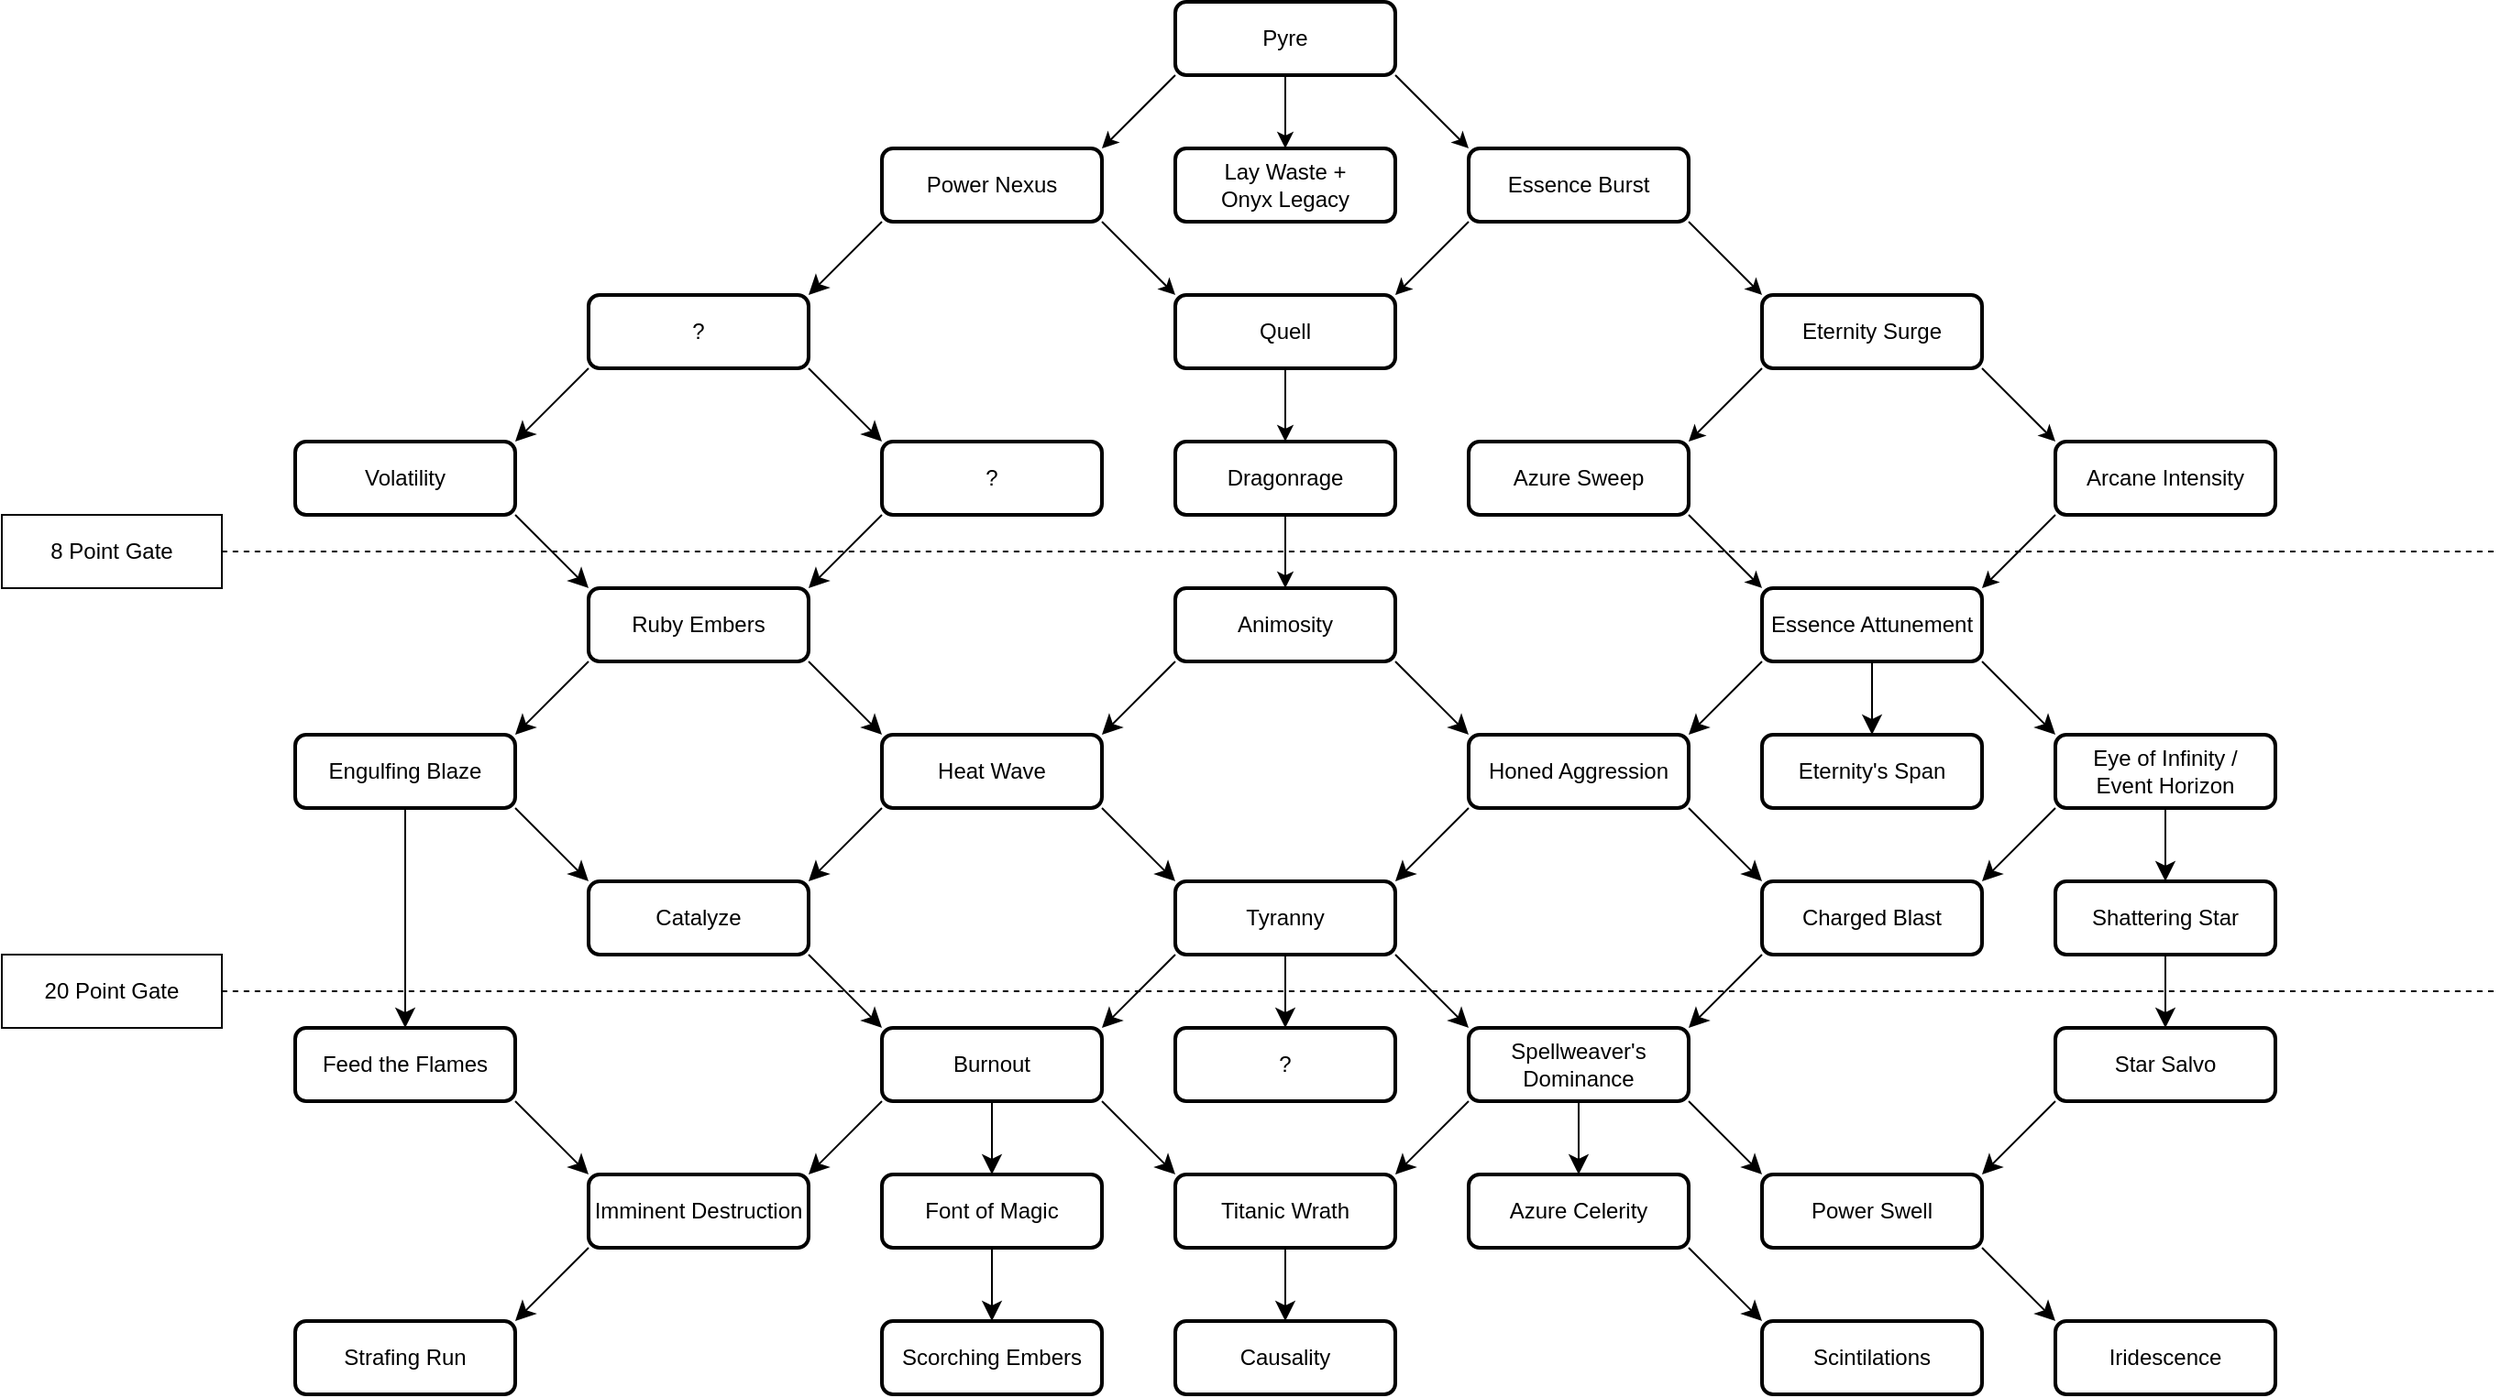
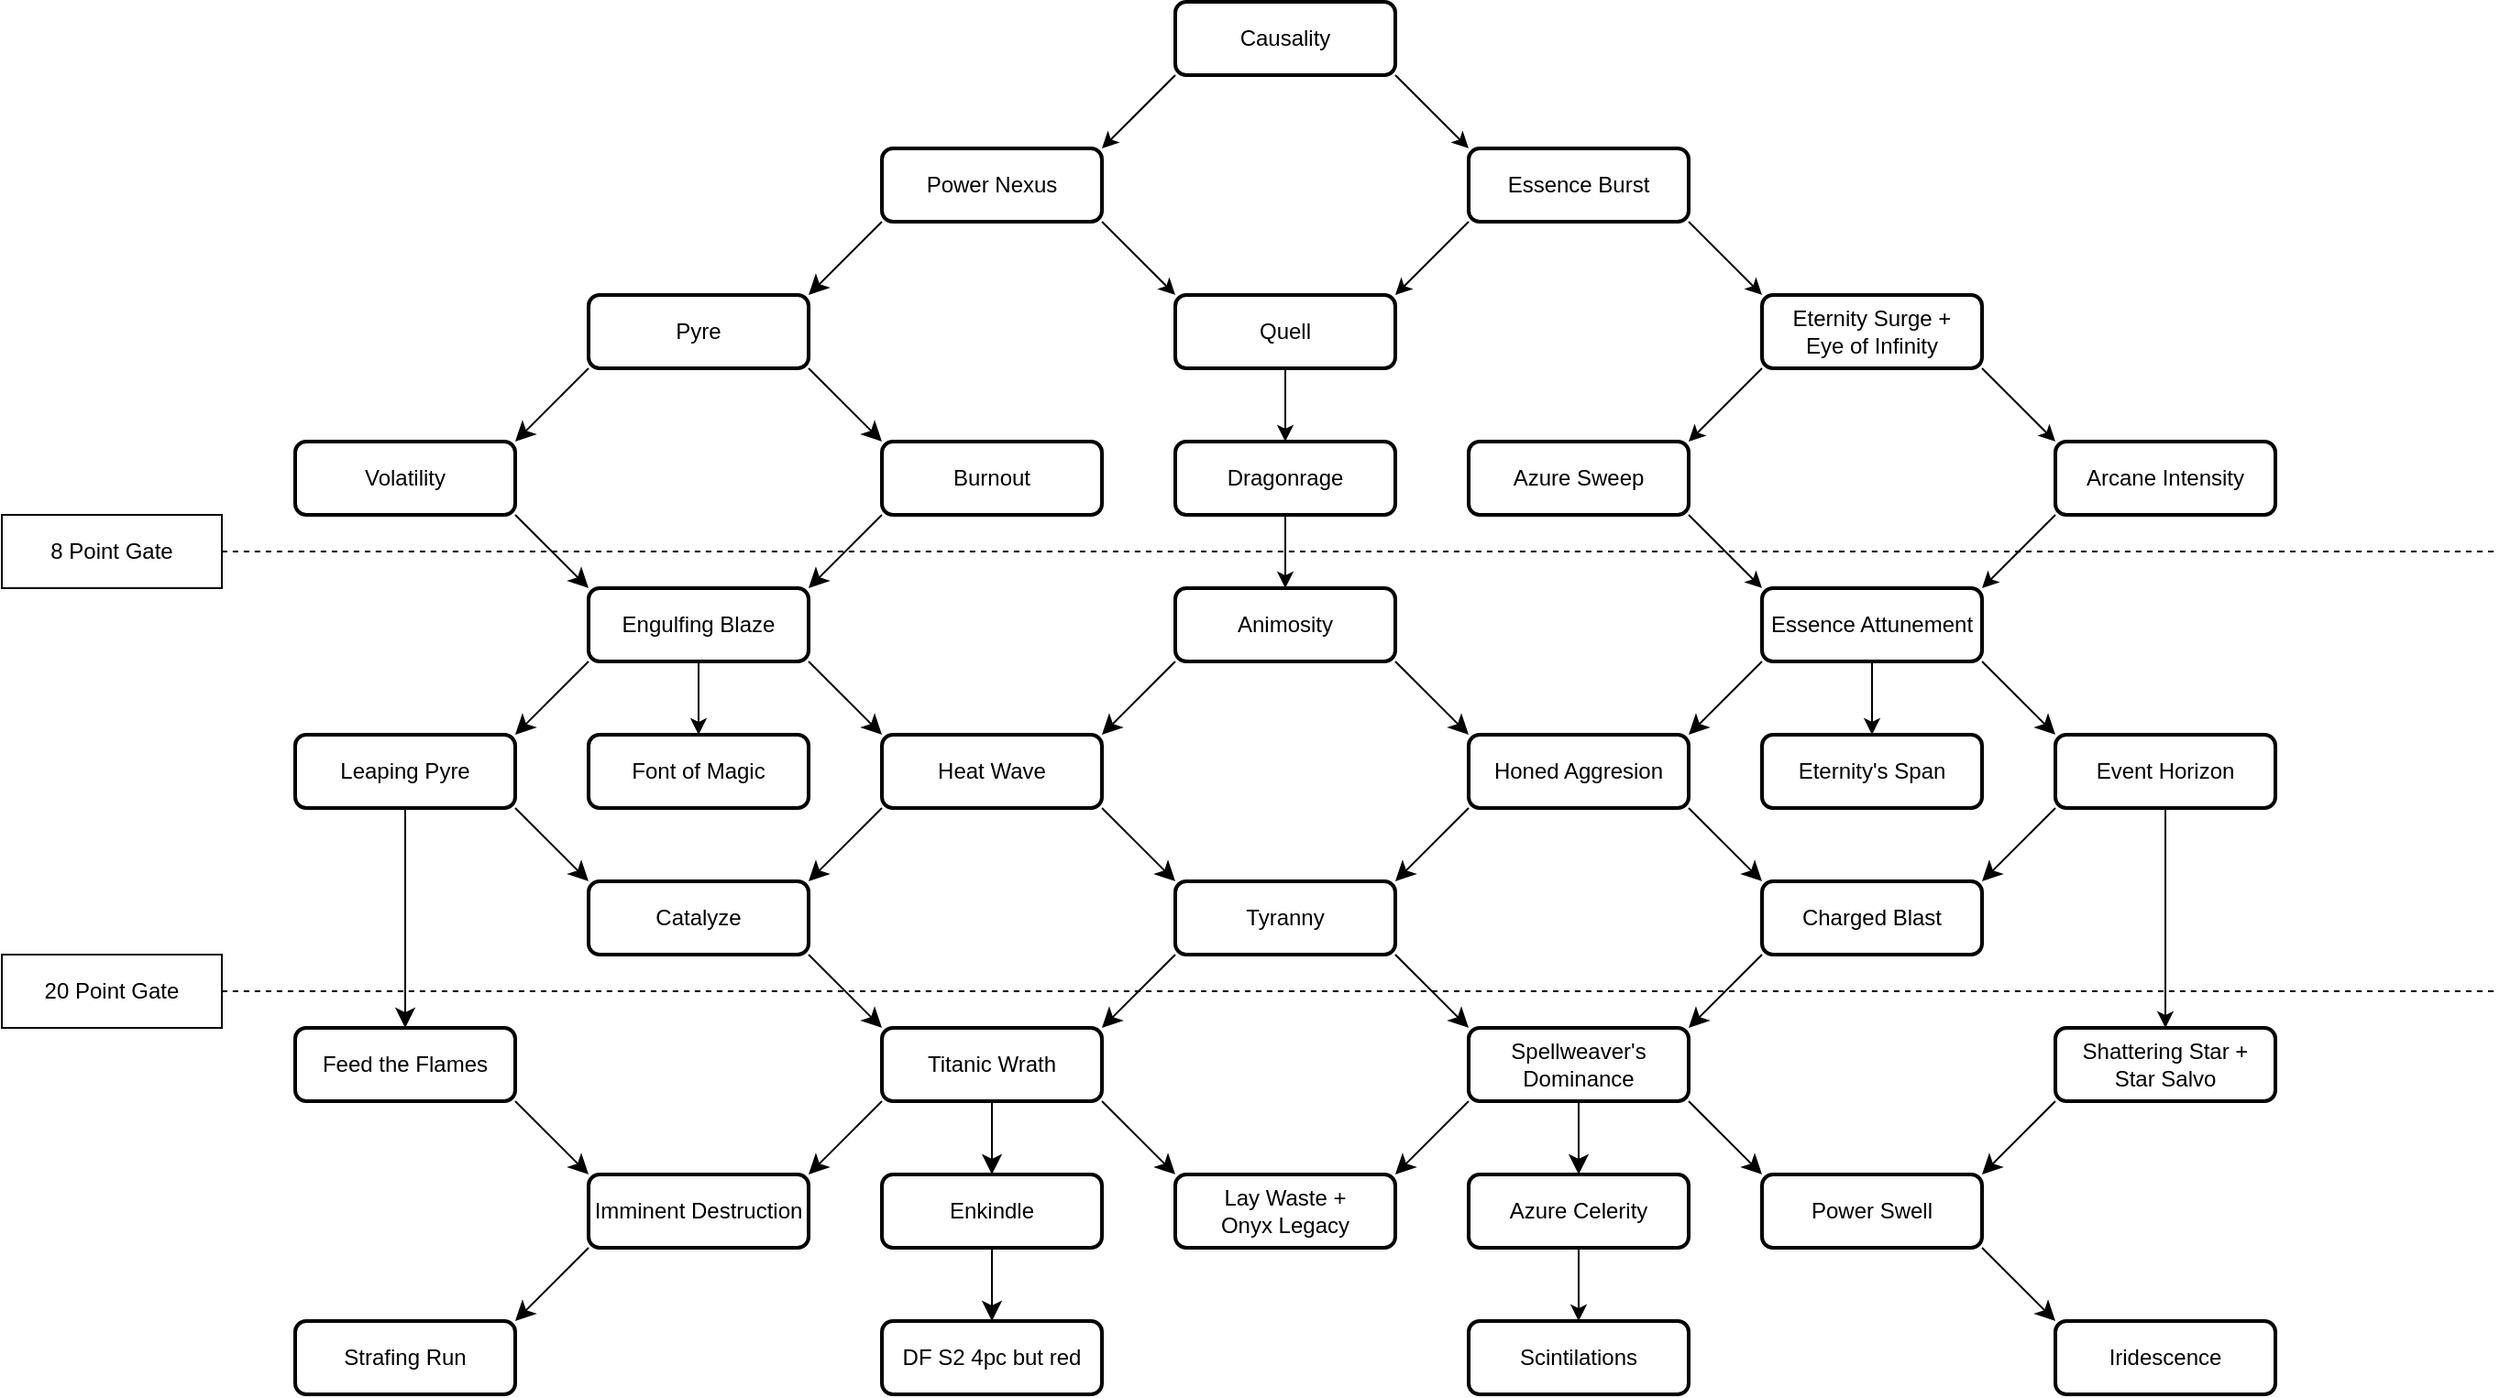
<mxfile host="app.diagrams.net" agent="Mozilla/5.0 (Windows NT 10.0; Win64; x64) AppleWebKit/537.36 (KHTML, like Gecko) Chrome/140.0.0.0 Safari/537.36 OPR/124.0.0.0">
  <diagram name="Page-1" id="hOetuab5Neo2MUPY-Vw1">
    <mxGraphModel dx="1844" dy="803" grid="0" gridSize="10" guides="1" tooltips="1" connect="1" arrows="1" fold="1" page="0" pageScale="1" pageWidth="850" pageHeight="1100" background="none" math="0" shadow="0">
      <root>
        <mxCell id="0" />
        <mxCell id="1" parent="0" />
        <mxCell id="OIwntdkwLblrr2rhOdX1-7" edge="1" parent="1" source="0f6FQbk-GcDdoWLRAv9r-2" style="rounded=0;orthogonalLoop=1;jettySize=auto;html=1;exitX=1;exitY=1;exitDx=0;exitDy=0;entryX=0;entryY=0;entryDx=0;entryDy=0;" target="0f6FQbk-GcDdoWLRAv9r-29">
          <mxGeometry relative="1" as="geometry" />
        </mxCell>
-         <mxCell id="BiERCDpK63vKAhPq4p5G-2" edge="1" parent="1" source="0f6FQbk-GcDdoWLRAv9r-2" style="edgeStyle=none;rounded=0;orthogonalLoop=1;jettySize=auto;html=1;exitX=0.5;exitY=1;exitDx=0;exitDy=0;entryX=0.5;entryY=0;entryDx=0;entryDy=0;" target="BiERCDpK63vKAhPq4p5G-1">
-           <mxGeometry relative="1" as="geometry" />
-         </mxCell>
-         <mxCell id="0f6FQbk-GcDdoWLRAv9r-2" parent="1" style="rounded=1;whiteSpace=wrap;html=1;strokeColor=light-dark(#000000,#FFFF00);strokeWidth=2;" value="Pyre" vertex="1">
+         <mxCell id="0f6FQbk-GcDdoWLRAv9r-2" parent="1" style="rounded=1;whiteSpace=wrap;html=1;strokeColor=light-dark(#000000,#FF66FF);strokeWidth=2;" value="Causality" vertex="1">
          <mxGeometry height="40" width="120" x="320" y="40" as="geometry" />
        </mxCell>
        <mxCell id="OIwntdkwLblrr2rhOdX1-9" edge="1" parent="1" source="0f6FQbk-GcDdoWLRAv9r-3" style="rounded=0;orthogonalLoop=1;jettySize=auto;html=1;exitX=1;exitY=1;exitDx=0;exitDy=0;entryX=0;entryY=0;entryDx=0;entryDy=0;" target="0f6FQbk-GcDdoWLRAv9r-21">
          <mxGeometry relative="1" as="geometry" />
        </mxCell>
        <mxCell id="0f6FQbk-GcDdoWLRAv9r-3" parent="1" style="rounded=1;whiteSpace=wrap;html=1;strokeWidth=2;strokeColor=light-dark(#000000,#FF66FF);" value="Power Nexus" vertex="1">
          <mxGeometry height="40" width="120" x="160" y="120" as="geometry" />
        </mxCell>
        <mxCell id="0f6FQbk-GcDdoWLRAv9r-44" edge="1" parent="1" style="edgeStyle=none;curved=1;rounded=1;orthogonalLoop=1;jettySize=auto;html=1;exitX=1;exitY=1;exitDx=0;exitDy=0;entryX=0;entryY=0;entryDx=0;entryDy=0;fontSize=12;startSize=8;endSize=8;">
          <mxGeometry relative="1" as="geometry">
            <mxPoint x="440" y="560" as="sourcePoint" />
            <mxPoint x="480" y="600" as="targetPoint" />
          </mxGeometry>
        </mxCell>
        <mxCell id="0f6FQbk-GcDdoWLRAv9r-47" edge="1" parent="1" style="edgeStyle=none;curved=1;rounded=1;orthogonalLoop=1;jettySize=auto;html=1;exitX=0;exitY=1;exitDx=0;exitDy=0;entryX=1;entryY=0;entryDx=0;entryDy=0;fontSize=12;startSize=8;endSize=8;">
          <mxGeometry relative="1" as="geometry">
            <mxPoint x="320" y="560" as="sourcePoint" />
            <mxPoint x="280" y="600" as="targetPoint" />
          </mxGeometry>
        </mxCell>
        <mxCell id="0f6FQbk-GcDdoWLRAv9r-58" edge="1" parent="1" style="edgeStyle=none;curved=1;rounded=1;orthogonalLoop=1;jettySize=auto;html=1;exitX=0.5;exitY=1;exitDx=0;exitDy=0;entryX=0.5;entryY=0;entryDx=0;entryDy=0;fontSize=12;startSize=8;endSize=8;" target="p8pHNqXcbaAZnEPRJ2cy-6">
          <mxGeometry relative="1" as="geometry">
            <mxPoint x="540" y="640" as="sourcePoint" />
            <mxPoint x="540" y="680" as="targetPoint" />
          </mxGeometry>
        </mxCell>
        <mxCell id="0f6FQbk-GcDdoWLRAv9r-59" edge="1" parent="1" style="edgeStyle=none;curved=1;rounded=1;orthogonalLoop=1;jettySize=auto;html=1;exitX=1;exitY=1;exitDx=0;exitDy=0;entryX=0;entryY=0;entryDx=0;entryDy=0;fontSize=12;startSize=8;endSize=8;">
          <mxGeometry relative="1" as="geometry">
            <mxPoint x="600" y="640" as="sourcePoint" />
            <mxPoint x="640" y="680" as="targetPoint" />
          </mxGeometry>
        </mxCell>
        <mxCell id="0f6FQbk-GcDdoWLRAv9r-65" edge="1" parent="1" style="edgeStyle=none;curved=1;rounded=1;orthogonalLoop=1;jettySize=auto;html=1;exitX=0;exitY=1;exitDx=0;exitDy=0;entryX=1;entryY=0;entryDx=0;entryDy=0;fontSize=12;startSize=8;endSize=8;">
          <mxGeometry relative="1" as="geometry">
            <mxPoint x="640" y="560" as="sourcePoint" />
            <mxPoint x="600" y="600" as="targetPoint" />
          </mxGeometry>
        </mxCell>
        <mxCell id="OIwntdkwLblrr2rhOdX1-15" edge="1" parent="1" source="0f6FQbk-GcDdoWLRAv9r-21" style="edgeStyle=none;rounded=0;orthogonalLoop=1;jettySize=auto;html=1;exitX=0.5;exitY=1;exitDx=0;exitDy=0;entryX=0.5;entryY=0;entryDx=0;entryDy=0;" target="0f6FQbk-GcDdoWLRAv9r-22">
          <mxGeometry relative="1" as="geometry" />
        </mxCell>
        <mxCell id="0f6FQbk-GcDdoWLRAv9r-21" parent="1" style="rounded=1;whiteSpace=wrap;html=1;strokeWidth=2;strokeColor=light-dark(#000000,#FFFF00);" value="Quell" vertex="1">
          <mxGeometry height="40" width="120" x="320" y="200" as="geometry" />
        </mxCell>
        <mxCell id="OIwntdkwLblrr2rhOdX1-16" edge="1" parent="1" source="0f6FQbk-GcDdoWLRAv9r-22" style="edgeStyle=none;rounded=0;orthogonalLoop=1;jettySize=auto;html=1;exitX=0.5;exitY=1;exitDx=0;exitDy=0;entryX=0.5;entryY=0;entryDx=0;entryDy=0;" target="0f6FQbk-GcDdoWLRAv9r-23">
          <mxGeometry relative="1" as="geometry" />
        </mxCell>
        <mxCell id="0f6FQbk-GcDdoWLRAv9r-22" parent="1" style="rounded=1;whiteSpace=wrap;html=1;strokeWidth=2;strokeColor=light-dark(#000000,#FFFF00);" value="Dragonrage" vertex="1">
          <mxGeometry height="40" width="120" x="320" y="280" as="geometry" />
        </mxCell>
        <mxCell id="0f6FQbk-GcDdoWLRAv9r-23" parent="1" style="rounded=1;whiteSpace=wrap;html=1;strokeColor=light-dark(#000000,#FFFFFF);strokeWidth=2;" value="Animosity" vertex="1">
          <mxGeometry height="40" width="120" x="320" y="360" as="geometry" />
        </mxCell>
        <mxCell id="0f6FQbk-GcDdoWLRAv9r-66" edge="1" parent="1" style="edgeStyle=none;curved=1;rounded=1;orthogonalLoop=1;jettySize=auto;html=1;exitX=0;exitY=1;exitDx=0;exitDy=0;entryX=1;entryY=0;entryDx=0;entryDy=0;fontSize=12;startSize=8;endSize=8;">
          <mxGeometry relative="1" as="geometry">
            <mxPoint x="640" y="400" as="sourcePoint" />
            <mxPoint x="600" y="440" as="targetPoint" />
          </mxGeometry>
        </mxCell>
-         <mxCell id="0f6FQbk-GcDdoWLRAv9r-62" edge="1" parent="1" source="0f6FQbk-GcDdoWLRAv9r-27" style="edgeStyle=none;curved=1;rounded=1;orthogonalLoop=1;jettySize=auto;html=1;exitX=0.5;exitY=1;exitDx=0;exitDy=0;entryX=0.5;entryY=0;entryDx=0;entryDy=0;fontSize=12;startSize=8;endSize=8;" target="p8pHNqXcbaAZnEPRJ2cy-14">
-           <mxGeometry relative="1" as="geometry" />
-         </mxCell>
        <mxCell id="0f6FQbk-GcDdoWLRAv9r-64" edge="1" parent="1" source="0f6FQbk-GcDdoWLRAv9r-27" style="edgeStyle=none;curved=1;rounded=1;orthogonalLoop=1;jettySize=auto;html=1;exitX=0;exitY=1;exitDx=0;exitDy=0;entryX=1;entryY=0;entryDx=0;entryDy=0;fontSize=12;startSize=8;endSize=8;">
          <mxGeometry relative="1" as="geometry">
            <mxPoint x="760" y="520" as="targetPoint" />
          </mxGeometry>
        </mxCell>
-         <mxCell id="0f6FQbk-GcDdoWLRAv9r-27" parent="1" style="rounded=1;whiteSpace=wrap;html=1;strokeWidth=2;strokeColor=light-dark(#000000,#00FF00);" value="Eye of Infinity / &lt;br&gt;Event Horizon" vertex="1">
+         <mxCell id="2xJ1XrYBWIDiISoqTuBA-8" edge="1" parent="1" source="0f6FQbk-GcDdoWLRAv9r-27" style="edgeStyle=orthogonalEdgeStyle;rounded=0;orthogonalLoop=1;jettySize=auto;html=1;exitX=0.5;exitY=1;exitDx=0;exitDy=0;entryX=0.5;entryY=0;entryDx=0;entryDy=0;" target="0f6FQbk-GcDdoWLRAv9r-28">
+           <mxGeometry relative="1" as="geometry" />
+         </mxCell>
+         <mxCell id="0f6FQbk-GcDdoWLRAv9r-27" parent="1" style="rounded=1;whiteSpace=wrap;html=1;strokeWidth=2;strokeColor=light-dark(#000000,#FF66FF);" value="Event Horizon" vertex="1">
          <mxGeometry height="40" width="120" x="800" y="440" as="geometry" />
        </mxCell>
        <mxCell id="0f6FQbk-GcDdoWLRAv9r-60" edge="1" parent="1" source="0f6FQbk-GcDdoWLRAv9r-28" style="edgeStyle=none;curved=1;rounded=1;orthogonalLoop=1;jettySize=auto;html=1;exitX=0;exitY=1;exitDx=0;exitDy=0;entryX=1;entryY=0;entryDx=0;entryDy=0;fontSize=12;startSize=8;endSize=8;">
          <mxGeometry relative="1" as="geometry">
            <mxPoint x="760" y="680" as="targetPoint" />
          </mxGeometry>
        </mxCell>
-         <mxCell id="0f6FQbk-GcDdoWLRAv9r-28" parent="1" style="rounded=1;whiteSpace=wrap;html=1;strokeColor=light-dark(#000000,#FFFFFF);strokeWidth=2;" value="Star Salvo" vertex="1">
+         <mxCell id="0f6FQbk-GcDdoWLRAv9r-28" parent="1" style="rounded=1;whiteSpace=wrap;html=1;strokeColor=light-dark(#000000,#FFFFFF);strokeWidth=2;" value="Shattering Star +&lt;br&gt;Star Salvo" vertex="1">
          <mxGeometry height="40" width="120" x="800" y="600" as="geometry" />
        </mxCell>
        <mxCell id="OIwntdkwLblrr2rhOdX1-8" edge="1" parent="1" source="0f6FQbk-GcDdoWLRAv9r-29" style="rounded=0;orthogonalLoop=1;jettySize=auto;html=1;exitX=0;exitY=1;exitDx=0;exitDy=0;entryX=1;entryY=0;entryDx=0;entryDy=0;" target="0f6FQbk-GcDdoWLRAv9r-21">
          <mxGeometry relative="1" as="geometry" />
        </mxCell>
        <mxCell id="OIwntdkwLblrr2rhOdX1-10" edge="1" parent="1" source="0f6FQbk-GcDdoWLRAv9r-29" style="edgeStyle=none;rounded=0;orthogonalLoop=1;jettySize=auto;html=1;exitX=1;exitY=1;exitDx=0;exitDy=0;entryX=0;entryY=0;entryDx=0;entryDy=0;" target="LhPUbgTbJpqGcTxOS-ww-83">
          <mxGeometry relative="1" as="geometry" />
        </mxCell>
        <mxCell id="0f6FQbk-GcDdoWLRAv9r-29" parent="1" style="rounded=1;whiteSpace=wrap;html=1;strokeWidth=2;strokeColor=light-dark(#000000,#FF66FF);" value="Essence Burst" vertex="1">
          <mxGeometry height="40" width="120" x="480" y="120" as="geometry" />
        </mxCell>
        <mxCell id="0f6FQbk-GcDdoWLRAv9r-67" edge="1" parent="1" style="edgeStyle=none;curved=1;rounded=1;orthogonalLoop=1;jettySize=auto;html=1;exitX=1;exitY=1;exitDx=0;exitDy=0;entryX=0;entryY=0;entryDx=0;entryDy=0;fontSize=12;startSize=8;endSize=8;">
          <mxGeometry relative="1" as="geometry">
            <mxPoint x="600" y="480" as="sourcePoint" />
            <mxPoint x="640" y="520" as="targetPoint" />
          </mxGeometry>
        </mxCell>
        <mxCell id="0f6FQbk-GcDdoWLRAv9r-63" edge="1" parent="1" style="edgeStyle=none;curved=1;rounded=1;orthogonalLoop=1;jettySize=auto;html=1;exitX=1;exitY=1;exitDx=0;exitDy=0;entryX=0;entryY=0;entryDx=0;entryDy=0;fontSize=12;startSize=8;endSize=8;" target="0f6FQbk-GcDdoWLRAv9r-27">
          <mxGeometry relative="1" as="geometry">
            <mxPoint x="760" y="400" as="sourcePoint" />
          </mxGeometry>
        </mxCell>
        <mxCell id="LhPUbgTbJpqGcTxOS-ww-34" edge="1" parent="1" style="edgeStyle=none;curved=1;rounded=1;orthogonalLoop=1;jettySize=auto;html=1;exitX=1;exitY=1;exitDx=0;exitDy=0;entryX=0;entryY=0;entryDx=0;entryDy=0;fontSize=12;startSize=8;endSize=8;">
          <mxGeometry relative="1" as="geometry">
            <mxPoint x="280" y="640" as="sourcePoint" />
            <mxPoint x="320" y="680" as="targetPoint" />
          </mxGeometry>
        </mxCell>
        <mxCell id="LhPUbgTbJpqGcTxOS-ww-41" edge="1" parent="1" style="edgeStyle=none;curved=1;rounded=1;orthogonalLoop=1;jettySize=auto;html=1;exitX=0.5;exitY=1;exitDx=0;exitDy=0;fontSize=12;startSize=8;endSize=8;">
          <mxGeometry relative="1" as="geometry">
            <mxPoint x="220" y="640" as="sourcePoint" />
          </mxGeometry>
        </mxCell>
        <mxCell id="LhPUbgTbJpqGcTxOS-ww-33" edge="1" parent="1" style="edgeStyle=none;curved=1;rounded=1;orthogonalLoop=1;jettySize=auto;html=1;exitX=0;exitY=1;exitDx=0;exitDy=0;entryX=1;entryY=0;entryDx=0;entryDy=0;fontSize=12;startSize=8;endSize=8;">
          <mxGeometry relative="1" as="geometry">
            <mxPoint x="480" y="640" as="sourcePoint" />
            <mxPoint x="440" y="680" as="targetPoint" />
          </mxGeometry>
        </mxCell>
-         <mxCell id="LhPUbgTbJpqGcTxOS-ww-43" edge="1" parent="1" source="LhPUbgTbJpqGcTxOS-ww-36" style="edgeStyle=none;curved=1;rounded=1;orthogonalLoop=1;jettySize=auto;html=1;exitX=0.5;exitY=1;exitDx=0;exitDy=0;entryX=0.5;entryY=0;entryDx=0;entryDy=0;fontSize=12;startSize=8;endSize=8;" target="LhPUbgTbJpqGcTxOS-ww-42">
-           <mxGeometry relative="1" as="geometry" />
-         </mxCell>
-         <mxCell id="LhPUbgTbJpqGcTxOS-ww-36" parent="1" style="rounded=1;whiteSpace=wrap;html=1;strokeColor=light-dark(#000000,#FFFFFF);strokeWidth=2;" value="Titanic Wrath" vertex="1">
+         <mxCell id="LhPUbgTbJpqGcTxOS-ww-36" parent="1" style="rounded=1;whiteSpace=wrap;html=1;strokeColor=light-dark(#000000,#FF66FF);strokeWidth=2;" value="Lay Waste +&lt;br&gt;Onyx Legacy" vertex="1">
          <mxGeometry height="40" width="120" x="320" y="680" as="geometry" />
-         </mxCell>
-         <mxCell id="LhPUbgTbJpqGcTxOS-ww-42" parent="1" style="rounded=1;whiteSpace=wrap;html=1;strokeColor=light-dark(#000000,#FFFFFF);strokeWidth=2;" value="Causality" vertex="1">
-           <mxGeometry height="40" width="120" x="320" y="760" as="geometry" />
-         </mxCell>
-         <mxCell id="LhPUbgTbJpqGcTxOS-ww-44" parent="1" style="rounded=1;whiteSpace=wrap;html=1;strokeColor=light-dark(#000000,#FFFFFF);strokeWidth=2;" value="Scintilations" vertex="1">
-           <mxGeometry height="40" width="120" x="640" y="760" as="geometry" />
        </mxCell>
        <mxCell id="LhPUbgTbJpqGcTxOS-ww-52" edge="1" parent="1" style="edgeStyle=none;curved=1;rounded=1;orthogonalLoop=1;jettySize=auto;html=1;exitX=0;exitY=1;exitDx=0;exitDy=0;entryX=1;entryY=0;entryDx=0;entryDy=0;fontSize=12;startSize=8;endSize=8;">
          <mxGeometry relative="1" as="geometry">
            <mxPoint x="160" y="480" as="sourcePoint" />
          </mxGeometry>
        </mxCell>
        <mxCell id="LhPUbgTbJpqGcTxOS-ww-53" edge="1" parent="1" style="edgeStyle=none;curved=1;rounded=1;orthogonalLoop=1;jettySize=auto;html=1;exitX=1;exitY=1;exitDx=0;exitDy=0;entryX=0;entryY=0;entryDx=0;entryDy=0;fontSize=12;startSize=8;endSize=8;">
          <mxGeometry relative="1" as="geometry">
            <mxPoint x="160" y="600" as="targetPoint" />
          </mxGeometry>
        </mxCell>
        <mxCell id="LhPUbgTbJpqGcTxOS-ww-56" parent="1" style="rounded=1;whiteSpace=wrap;html=1;strokeColor=light-dark(#000000,#FFFFFF);strokeWidth=2;" value="Tyranny" vertex="1">
          <mxGeometry height="40" width="120" x="320" y="520" as="geometry" />
        </mxCell>
        <mxCell id="LhPUbgTbJpqGcTxOS-ww-62" edge="1" parent="1" style="endArrow=none;dashed=1;html=1;rounded=1;fontSize=12;startSize=8;endSize=8;curved=1;" value="">
          <mxGeometry height="50" relative="1" width="50" as="geometry">
            <mxPoint x="-200" y="580" as="sourcePoint" />
            <mxPoint x="1040" y="580" as="targetPoint" />
          </mxGeometry>
        </mxCell>
        <mxCell id="LhPUbgTbJpqGcTxOS-ww-64" parent="1" style="rounded=0;whiteSpace=wrap;html=1;" value="20 Point Gate" vertex="1">
          <mxGeometry height="40" width="120" x="-320" y="560" as="geometry" />
        </mxCell>
        <mxCell id="LhPUbgTbJpqGcTxOS-ww-66" edge="1" parent="1" style="endArrow=none;dashed=1;html=1;rounded=1;fontSize=12;startSize=8;endSize=8;curved=1;" value="">
          <mxGeometry height="50" relative="1" width="50" as="geometry">
            <mxPoint x="-200" y="340" as="sourcePoint" />
            <mxPoint x="1040" y="340" as="targetPoint" />
          </mxGeometry>
        </mxCell>
        <mxCell id="LhPUbgTbJpqGcTxOS-ww-67" parent="1" style="rounded=0;whiteSpace=wrap;html=1;" value="8 Point Gate" vertex="1">
          <mxGeometry height="40" width="120" x="-320" y="320" as="geometry" />
        </mxCell>
        <mxCell id="LhPUbgTbJpqGcTxOS-ww-70" parent="1" style="rounded=1;whiteSpace=wrap;html=1;strokeColor=light-dark(#000000,#FFFFFF);strokeWidth=2;" value="Volatility" vertex="1">
          <mxGeometry height="40" width="120" x="-160" y="280" as="geometry" />
        </mxCell>
        <mxCell id="OIwntdkwLblrr2rhOdX1-12" edge="1" parent="1" source="LhPUbgTbJpqGcTxOS-ww-75" style="edgeStyle=none;rounded=0;orthogonalLoop=1;jettySize=auto;html=1;exitX=1;exitY=1;exitDx=0;exitDy=0;entryX=0;entryY=0;entryDx=0;entryDy=0;" target="LhPUbgTbJpqGcTxOS-ww-118">
          <mxGeometry relative="1" as="geometry" />
        </mxCell>
        <mxCell id="LhPUbgTbJpqGcTxOS-ww-75" parent="1" style="rounded=1;whiteSpace=wrap;html=1;strokeColor=light-dark(#000000,#FFFFFF);strokeWidth=2;" value="Azure Sweep" vertex="1">
          <mxGeometry height="40" width="120" x="480" y="280" as="geometry" />
        </mxCell>
-         <mxCell id="LhPUbgTbJpqGcTxOS-ww-80" parent="1" style="rounded=1;whiteSpace=wrap;html=1;strokeColor=light-dark(#000000,#FF66FF);strokeWidth=2;" value="?" vertex="1">
+         <mxCell id="LhPUbgTbJpqGcTxOS-ww-80" parent="1" style="rounded=1;whiteSpace=wrap;html=1;strokeColor=light-dark(#000000,#FF66FF);strokeWidth=2;" value="Burnout" vertex="1">
          <mxGeometry height="40" width="120" x="160" y="280" as="geometry" />
        </mxCell>
-         <mxCell id="LhPUbgTbJpqGcTxOS-ww-81" parent="1" style="rounded=1;whiteSpace=wrap;html=1;strokeColor=light-dark(#000000,#FFFFFF);strokeWidth=2;" value="Ruby Embers" vertex="1">
+         <mxCell id="2xJ1XrYBWIDiISoqTuBA-12" edge="1" parent="1" source="LhPUbgTbJpqGcTxOS-ww-81" style="edgeStyle=orthogonalEdgeStyle;rounded=0;orthogonalLoop=1;jettySize=auto;html=1;" target="2xJ1XrYBWIDiISoqTuBA-11" value="">
+           <mxGeometry relative="1" as="geometry" />
+         </mxCell>
+         <mxCell id="LhPUbgTbJpqGcTxOS-ww-81" parent="1" style="rounded=1;whiteSpace=wrap;html=1;strokeColor=light-dark(#000000,#FF66FF);strokeWidth=2;" value="Engulfing Blaze" vertex="1">
          <mxGeometry height="40" width="120" y="360" as="geometry" />
        </mxCell>
        <mxCell id="OIwntdkwLblrr2rhOdX1-11" edge="1" parent="1" source="LhPUbgTbJpqGcTxOS-ww-83" style="edgeStyle=none;rounded=0;orthogonalLoop=1;jettySize=auto;html=1;exitX=0;exitY=1;exitDx=0;exitDy=0;entryX=1;entryY=0;entryDx=0;entryDy=0;" target="LhPUbgTbJpqGcTxOS-ww-75">
          <mxGeometry relative="1" as="geometry" />
        </mxCell>
        <mxCell id="OIwntdkwLblrr2rhOdX1-14" edge="1" parent="1" source="LhPUbgTbJpqGcTxOS-ww-83" style="edgeStyle=none;rounded=0;orthogonalLoop=1;jettySize=auto;html=1;exitX=1;exitY=1;exitDx=0;exitDy=0;entryX=0;entryY=0;entryDx=0;entryDy=0;" target="LhPUbgTbJpqGcTxOS-ww-148">
          <mxGeometry relative="1" as="geometry" />
        </mxCell>
-         <mxCell id="LhPUbgTbJpqGcTxOS-ww-83" parent="1" style="rounded=1;whiteSpace=wrap;html=1;strokeColor=light-dark(#000000,#FFFF00);strokeWidth=2;" value="Eternity Surge" vertex="1">
+         <mxCell id="LhPUbgTbJpqGcTxOS-ww-83" parent="1" style="rounded=1;whiteSpace=wrap;html=1;strokeColor=light-dark(#000000,#FFFF00);strokeWidth=2;" value="Eternity Surge + &lt;br&gt;Eye of Infinity" vertex="1">
          <mxGeometry height="40" width="120" x="640" y="200" as="geometry" />
        </mxCell>
        <mxCell id="LhPUbgTbJpqGcTxOS-ww-94" parent="1" style="rounded=1;whiteSpace=wrap;html=1;strokeColor=light-dark(#000000,#FFFFFF);strokeWidth=2;" value="Strafing Run" vertex="1">
          <mxGeometry height="40" width="120" x="-160" y="760" as="geometry" />
        </mxCell>
        <mxCell id="LhPUbgTbJpqGcTxOS-ww-101" edge="1" parent="1" source="LhPUbgTbJpqGcTxOS-ww-97" style="edgeStyle=none;curved=1;rounded=1;orthogonalLoop=1;jettySize=auto;html=1;exitX=0;exitY=1;exitDx=0;exitDy=0;entryX=1;entryY=0;entryDx=0;entryDy=0;fontSize=12;startSize=8;endSize=8;" target="p8pHNqXcbaAZnEPRJ2cy-4">
          <mxGeometry relative="1" as="geometry">
            <mxPoint x="120" y="520" as="targetPoint" />
          </mxGeometry>
        </mxCell>
        <mxCell id="LhPUbgTbJpqGcTxOS-ww-97" parent="1" style="rounded=1;whiteSpace=wrap;html=1;strokeColor=light-dark(#000000,#FFFFFF);strokeWidth=2;" value="Heat Wave" vertex="1">
          <mxGeometry height="40" width="120" x="160" y="440" as="geometry" />
        </mxCell>
        <mxCell id="LhPUbgTbJpqGcTxOS-ww-109" edge="1" parent="1" source="p8pHNqXcbaAZnEPRJ2cy-3" style="edgeStyle=none;curved=1;rounded=1;orthogonalLoop=1;jettySize=auto;html=1;exitX=1;exitY=1;exitDx=0;exitDy=0;entryX=0;entryY=0;entryDx=0;entryDy=0;fontSize=12;startSize=8;endSize=8;" target="LhPUbgTbJpqGcTxOS-ww-105">
          <mxGeometry relative="1" as="geometry">
            <mxPoint x="-40" y="640" as="sourcePoint" />
          </mxGeometry>
        </mxCell>
-         <mxCell id="LhPUbgTbJpqGcTxOS-ww-104" parent="1" style="rounded=1;whiteSpace=wrap;html=1;strokeColor=light-dark(#000000,#FFFFFF);strokeWidth=2;" value="Scorching Embers" vertex="1">
+         <mxCell id="LhPUbgTbJpqGcTxOS-ww-104" parent="1" style="rounded=1;whiteSpace=wrap;html=1;strokeColor=light-dark(#000000,#FF66FF);strokeWidth=2;" value="DF S2 4pc but red" vertex="1">
          <mxGeometry height="40" width="120" x="160" y="760" as="geometry" />
        </mxCell>
        <mxCell id="LhPUbgTbJpqGcTxOS-ww-116" edge="1" parent="1" source="LhPUbgTbJpqGcTxOS-ww-105" style="edgeStyle=none;curved=1;rounded=1;orthogonalLoop=1;jettySize=auto;html=1;exitX=0;exitY=1;exitDx=0;exitDy=0;entryX=1;entryY=0;entryDx=0;entryDy=0;fontSize=12;startSize=8;endSize=8;" target="LhPUbgTbJpqGcTxOS-ww-94">
          <mxGeometry relative="1" as="geometry" />
        </mxCell>
        <mxCell id="LhPUbgTbJpqGcTxOS-ww-105" parent="1" style="rounded=1;whiteSpace=wrap;html=1;strokeColor=light-dark(#000000,#FFFFFF);strokeWidth=2;" value="Imminent Destruction" vertex="1">
          <mxGeometry height="40" width="120" y="680" as="geometry" />
        </mxCell>
        <mxCell id="LhPUbgTbJpqGcTxOS-ww-114" edge="1" parent="1" source="p8pHNqXcbaAZnEPRJ2cy-4" style="edgeStyle=none;curved=1;rounded=1;orthogonalLoop=1;jettySize=auto;html=1;exitX=1;exitY=1;exitDx=0;exitDy=0;entryX=0;entryY=0;entryDx=0;entryDy=0;fontSize=12;startSize=8;endSize=8;" target="LhPUbgTbJpqGcTxOS-ww-113">
          <mxGeometry relative="1" as="geometry">
            <mxPoint x="95" y="553" as="sourcePoint" />
          </mxGeometry>
        </mxCell>
        <mxCell id="LhPUbgTbJpqGcTxOS-ww-115" edge="1" parent="1" source="LhPUbgTbJpqGcTxOS-ww-113" style="edgeStyle=none;curved=1;rounded=1;orthogonalLoop=1;jettySize=auto;html=1;exitX=0;exitY=1;exitDx=0;exitDy=0;entryX=1;entryY=0;entryDx=0;entryDy=0;fontSize=12;startSize=8;endSize=8;" target="LhPUbgTbJpqGcTxOS-ww-105">
          <mxGeometry relative="1" as="geometry" />
        </mxCell>
-         <mxCell id="LhPUbgTbJpqGcTxOS-ww-117" edge="1" parent="1" source="LhPUbgTbJpqGcTxOS-ww-113" style="edgeStyle=none;curved=1;rounded=1;orthogonalLoop=1;jettySize=auto;html=1;exitX=0.5;exitY=1;exitDx=0;exitDy=0;fontSize=12;startSize=8;endSize=8;" target="p8pHNqXcbaAZnEPRJ2cy-8">
-           <mxGeometry relative="1" as="geometry" />
-         </mxCell>
-         <mxCell id="LhPUbgTbJpqGcTxOS-ww-113" parent="1" style="rounded=1;whiteSpace=wrap;html=1;strokeColor=light-dark(#000000,#FFFFFF);strokeWidth=2;" value="Burnout" vertex="1">
+         <mxCell id="LhPUbgTbJpqGcTxOS-ww-117" edge="1" parent="1" source="LhPUbgTbJpqGcTxOS-ww-113" style="edgeStyle=none;curved=1;rounded=1;orthogonalLoop=1;jettySize=auto;html=1;exitX=0.5;exitY=1;exitDx=0;exitDy=0;fontSize=12;startSize=8;endSize=8;">
+           <mxGeometry relative="1" as="geometry">
+             <mxPoint x="220" y="680" as="targetPoint" />
+           </mxGeometry>
+         </mxCell>
+         <mxCell id="LhPUbgTbJpqGcTxOS-ww-113" parent="1" style="rounded=1;whiteSpace=wrap;html=1;strokeColor=light-dark(#000000,#FF66FF);strokeWidth=2;" value="Titanic Wrath" vertex="1">
          <mxGeometry height="40" width="120" x="160" y="600" as="geometry" />
        </mxCell>
-         <mxCell id="LhPUbgTbJpqGcTxOS-ww-127" edge="1" parent="1" source="LhPUbgTbJpqGcTxOS-ww-118" style="edgeStyle=none;curved=1;rounded=1;orthogonalLoop=1;jettySize=auto;html=1;exitX=0.5;exitY=1;exitDx=0;exitDy=0;entryX=0.5;entryY=0;entryDx=0;entryDy=0;fontSize=12;startSize=8;endSize=8;">
-           <mxGeometry relative="1" as="geometry">
-             <mxPoint x="700" y="440" as="targetPoint" />
-           </mxGeometry>
+         <mxCell id="2xJ1XrYBWIDiISoqTuBA-10" edge="1" parent="1" source="LhPUbgTbJpqGcTxOS-ww-118" style="edgeStyle=orthogonalEdgeStyle;rounded=0;orthogonalLoop=1;jettySize=auto;html=1;" target="2xJ1XrYBWIDiISoqTuBA-9" value="">
+           <mxGeometry relative="1" as="geometry" />
        </mxCell>
        <mxCell id="LhPUbgTbJpqGcTxOS-ww-118" parent="1" style="rounded=1;whiteSpace=wrap;html=1;strokeColor=light-dark(#000000,#FFFFFF);strokeWidth=2;" value="Essence Attunement" vertex="1">
          <mxGeometry height="40" width="120" x="640" y="360" as="geometry" />
        </mxCell>
        <mxCell id="LhPUbgTbJpqGcTxOS-ww-123" edge="1" parent="1" style="edgeStyle=none;curved=1;rounded=1;orthogonalLoop=1;jettySize=auto;html=1;exitX=1;exitY=1;exitDx=0;exitDy=0;entryX=0;entryY=0;entryDx=0;entryDy=0;fontSize=12;startSize=8;endSize=8;" target="LhPUbgTbJpqGcTxOS-ww-122">
          <mxGeometry relative="1" as="geometry">
            <mxPoint x="760" y="720" as="sourcePoint" />
          </mxGeometry>
        </mxCell>
        <mxCell id="LhPUbgTbJpqGcTxOS-ww-122" parent="1" style="rounded=1;whiteSpace=wrap;html=1;strokeColor=light-dark(#000000,#FFFFFF);strokeWidth=2;" value="Iridescence" vertex="1">
          <mxGeometry height="40" width="120" x="800" y="760" as="geometry" />
        </mxCell>
        <mxCell id="LhPUbgTbJpqGcTxOS-ww-128" edge="1" parent="1" source="LhPUbgTbJpqGcTxOS-ww-81" style="edgeStyle=none;curved=1;rounded=1;orthogonalLoop=1;jettySize=auto;html=1;exitX=1;exitY=1;exitDx=0;exitDy=0;fontSize=12;startSize=8;endSize=8;entryX=0;entryY=0;entryDx=0;entryDy=0;" target="LhPUbgTbJpqGcTxOS-ww-97">
          <mxGeometry relative="1" as="geometry">
            <mxPoint x="60" y="480" as="sourcePoint" />
            <mxPoint x="44.43396226415098" y="513" as="targetPoint" />
          </mxGeometry>
        </mxCell>
        <mxCell id="LhPUbgTbJpqGcTxOS-ww-133" parent="1" style="rounded=1;whiteSpace=wrap;html=1;strokeColor=light-dark(#000000,#FFFFFF);strokeWidth=2;" value="Power Swell" vertex="1">
          <mxGeometry height="40" width="120" x="640" y="680" as="geometry" />
        </mxCell>
        <mxCell id="LhPUbgTbJpqGcTxOS-ww-134" parent="1" style="rounded=1;whiteSpace=wrap;html=1;strokeColor=light-dark(#000000,#FFFFFF);strokeWidth=2;" value="Spellweaver&#39;s Dominance" vertex="1">
          <mxGeometry height="40" width="120" x="480" y="600" as="geometry" />
        </mxCell>
-         <mxCell id="LhPUbgTbJpqGcTxOS-ww-142" parent="1" style="rounded=1;whiteSpace=wrap;html=1;strokeColor=light-dark(#000000,#FFFFFF);strokeWidth=2;" value="Honed Aggression" vertex="1">
+         <mxCell id="LhPUbgTbJpqGcTxOS-ww-142" parent="1" style="rounded=1;whiteSpace=wrap;html=1;strokeColor=light-dark(#000000,#FFFFFF);strokeWidth=2;" value="Honed Aggresion" vertex="1">
          <mxGeometry height="40" width="120" x="480" y="440" as="geometry" />
-         </mxCell>
-         <mxCell id="LhPUbgTbJpqGcTxOS-ww-144" parent="1" style="rounded=1;whiteSpace=wrap;html=1;strokeColor=light-dark(#000000,#FFFFFF);strokeWidth=2;" value="Eternity&#39;s Span" vertex="1">
-           <mxGeometry height="40" width="120" x="640" y="440" as="geometry" />
        </mxCell>
        <mxCell id="LhPUbgTbJpqGcTxOS-ww-147" parent="1" style="rounded=1;whiteSpace=wrap;html=1;strokeColor=light-dark(#000000,#FFFFFF);strokeWidth=2;" value="Charged Blast" vertex="1">
          <mxGeometry height="40" width="120" x="640" y="520" as="geometry" />
        </mxCell>
        <mxCell id="OIwntdkwLblrr2rhOdX1-13" edge="1" parent="1" source="LhPUbgTbJpqGcTxOS-ww-148" style="edgeStyle=none;rounded=0;orthogonalLoop=1;jettySize=auto;html=1;exitX=0;exitY=1;exitDx=0;exitDy=0;entryX=1;entryY=0;entryDx=0;entryDy=0;" target="LhPUbgTbJpqGcTxOS-ww-118">
          <mxGeometry relative="1" as="geometry" />
        </mxCell>
        <mxCell id="LhPUbgTbJpqGcTxOS-ww-148" parent="1" style="rounded=1;whiteSpace=wrap;html=1;strokeColor=light-dark(#000000,#FFFFFF);strokeWidth=2;" value="Arcane Intensity" vertex="1">
          <mxGeometry height="40" width="120" x="800" y="280" as="geometry" />
        </mxCell>
-         <mxCell id="p8pHNqXcbaAZnEPRJ2cy-1" parent="1" style="rounded=1;whiteSpace=wrap;html=1;strokeColor=light-dark(#000000,#FF66FF);strokeWidth=2;" value="?" vertex="1">
+         <mxCell id="p8pHNqXcbaAZnEPRJ2cy-1" parent="1" style="rounded=1;whiteSpace=wrap;html=1;strokeColor=light-dark(#000000,#FFFF00);strokeWidth=2;" value="Pyre" vertex="1">
          <mxGeometry height="40" width="120" y="200" as="geometry" />
-         </mxCell>
-         <mxCell id="p8pHNqXcbaAZnEPRJ2cy-2" parent="1" style="rounded=1;whiteSpace=wrap;html=1;strokeColor=light-dark(#000000,#FF66FF);strokeWidth=2;" value="?" vertex="1">
-           <mxGeometry height="40" width="120" x="320" y="600" as="geometry" />
        </mxCell>
        <mxCell id="p8pHNqXcbaAZnEPRJ2cy-3" parent="1" style="rounded=1;whiteSpace=wrap;html=1;strokeColor=light-dark(#000000,#FFFFFF);strokeWidth=2;" value="Feed the Flames" vertex="1">
          <mxGeometry height="40" width="120" x="-160" y="600" as="geometry" />
        </mxCell>
        <mxCell id="p8pHNqXcbaAZnEPRJ2cy-4" parent="1" style="rounded=1;whiteSpace=wrap;html=1;strokeColor=light-dark(#000000,#FFFFFF);strokeWidth=2;" value="Catalyze" vertex="1">
          <mxGeometry height="40" width="120" y="520" as="geometry" />
        </mxCell>
-         <mxCell id="p8pHNqXcbaAZnEPRJ2cy-5" edge="1" parent="1" source="LhPUbgTbJpqGcTxOS-ww-56" style="edgeStyle=none;curved=1;rounded=1;orthogonalLoop=1;jettySize=auto;html=1;exitX=0.5;exitY=1;exitDx=0;exitDy=0;fontSize=12;startSize=8;endSize=8;" target="p8pHNqXcbaAZnEPRJ2cy-2">
-           <mxGeometry relative="1" as="geometry">
-             <mxPoint x="483" y="491" as="sourcePoint" />
-             <mxPoint x="483" y="531" as="targetPoint" />
-           </mxGeometry>
+         <mxCell id="2xJ1XrYBWIDiISoqTuBA-5" edge="1" parent="1" source="p8pHNqXcbaAZnEPRJ2cy-6" style="edgeStyle=orthogonalEdgeStyle;rounded=0;orthogonalLoop=1;jettySize=auto;html=1;" target="2xJ1XrYBWIDiISoqTuBA-4" value="">
+           <mxGeometry relative="1" as="geometry" />
        </mxCell>
        <mxCell id="p8pHNqXcbaAZnEPRJ2cy-6" parent="1" style="rounded=1;whiteSpace=wrap;html=1;strokeColor=light-dark(#000000,#FFFFFF);strokeWidth=2;" value="Azure Celerity" vertex="1">
          <mxGeometry height="40" width="120" x="480" y="680" as="geometry" />
        </mxCell>
-         <mxCell id="p8pHNqXcbaAZnEPRJ2cy-7" edge="1" parent="1" source="p8pHNqXcbaAZnEPRJ2cy-6" style="edgeStyle=none;curved=1;rounded=1;orthogonalLoop=1;jettySize=auto;html=1;exitX=1;exitY=1;exitDx=0;exitDy=0;entryX=0;entryY=0;entryDx=0;entryDy=0;fontSize=12;startSize=8;endSize=8;" target="LhPUbgTbJpqGcTxOS-ww-44">
-           <mxGeometry relative="1" as="geometry">
-             <mxPoint x="601" y="768" as="sourcePoint" />
-             <mxPoint x="641" y="808" as="targetPoint" />
-           </mxGeometry>
-         </mxCell>
-         <mxCell id="p8pHNqXcbaAZnEPRJ2cy-8" parent="1" style="rounded=1;whiteSpace=wrap;html=1;strokeColor=light-dark(#000000,#FFFFFF);strokeWidth=2;" value="Font of Magic" vertex="1">
-           <mxGeometry height="40" width="120" x="160" y="680" as="geometry" />
-         </mxCell>
-         <mxCell id="p8pHNqXcbaAZnEPRJ2cy-9" edge="1" parent="1" source="p8pHNqXcbaAZnEPRJ2cy-8" style="edgeStyle=none;curved=1;rounded=1;orthogonalLoop=1;jettySize=auto;html=1;exitX=0.5;exitY=1;exitDx=0;exitDy=0;fontSize=12;startSize=8;endSize=8;entryX=0.5;entryY=0;entryDx=0;entryDy=0;" target="LhPUbgTbJpqGcTxOS-ww-104">
-           <mxGeometry relative="1" as="geometry">
-             <mxPoint x="209" y="742" as="sourcePoint" />
+         <mxCell id="p8pHNqXcbaAZnEPRJ2cy-9" edge="1" parent="1" style="edgeStyle=none;curved=1;rounded=1;orthogonalLoop=1;jettySize=auto;html=1;exitX=0.5;exitY=1;exitDx=0;exitDy=0;fontSize=12;startSize=8;endSize=8;entryX=0.5;entryY=0;entryDx=0;entryDy=0;" target="LhPUbgTbJpqGcTxOS-ww-104">
+           <mxGeometry relative="1" as="geometry">
+             <mxPoint x="220" y="720" as="sourcePoint" />
            <mxPoint x="209" y="782" as="targetPoint" />
          </mxGeometry>
        </mxCell>
        <mxCell id="p8pHNqXcbaAZnEPRJ2cy-10" edge="1" parent="1" source="0f6FQbk-GcDdoWLRAv9r-23" style="edgeStyle=none;curved=1;rounded=1;orthogonalLoop=1;jettySize=auto;html=1;exitX=0;exitY=1;exitDx=0;exitDy=0;fontSize=12;startSize=8;endSize=8;entryX=1;entryY=0;entryDx=0;entryDy=0;" target="LhPUbgTbJpqGcTxOS-ww-97">
          <mxGeometry relative="1" as="geometry">
            <mxPoint x="336" y="437" as="sourcePoint" />
            <mxPoint x="336" y="477" as="targetPoint" />
          </mxGeometry>
        </mxCell>
        <mxCell id="p8pHNqXcbaAZnEPRJ2cy-11" edge="1" parent="1" source="LhPUbgTbJpqGcTxOS-ww-97" style="edgeStyle=none;curved=1;rounded=1;orthogonalLoop=1;jettySize=auto;html=1;exitX=1;exitY=1;exitDx=0;exitDy=0;fontSize=12;startSize=8;endSize=8;entryX=0;entryY=0;entryDx=0;entryDy=0;" target="LhPUbgTbJpqGcTxOS-ww-56">
          <mxGeometry relative="1" as="geometry">
            <mxPoint x="336" y="446" as="sourcePoint" />
            <mxPoint x="336" y="486" as="targetPoint" />
          </mxGeometry>
        </mxCell>
        <mxCell id="p8pHNqXcbaAZnEPRJ2cy-12" edge="1" parent="1" source="0f6FQbk-GcDdoWLRAv9r-23" style="edgeStyle=none;curved=1;rounded=1;orthogonalLoop=1;jettySize=auto;html=1;exitX=1;exitY=1;exitDx=0;exitDy=0;fontSize=12;startSize=8;endSize=8;entryX=0;entryY=0;entryDx=0;entryDy=0;" target="LhPUbgTbJpqGcTxOS-ww-142">
          <mxGeometry relative="1" as="geometry">
            <mxPoint x="413" y="456" as="sourcePoint" />
            <mxPoint x="413" y="496" as="targetPoint" />
          </mxGeometry>
        </mxCell>
        <mxCell id="p8pHNqXcbaAZnEPRJ2cy-13" edge="1" parent="1" source="LhPUbgTbJpqGcTxOS-ww-142" style="edgeStyle=none;curved=1;rounded=1;orthogonalLoop=1;jettySize=auto;html=1;exitX=0;exitY=1;exitDx=0;exitDy=0;fontSize=12;startSize=8;endSize=8;entryX=1;entryY=0;entryDx=0;entryDy=0;" target="LhPUbgTbJpqGcTxOS-ww-56">
          <mxGeometry relative="1" as="geometry">
            <mxPoint x="466" y="501" as="sourcePoint" />
            <mxPoint x="466" y="541" as="targetPoint" />
          </mxGeometry>
        </mxCell>
-         <mxCell id="p8pHNqXcbaAZnEPRJ2cy-14" parent="1" style="rounded=1;whiteSpace=wrap;html=1;strokeColor=light-dark(#000000,#FFFFFF);strokeWidth=2;" value="Shattering Star" vertex="1">
-           <mxGeometry height="40" width="120" x="800" y="520" as="geometry" />
-         </mxCell>
-         <mxCell id="p8pHNqXcbaAZnEPRJ2cy-16" edge="1" parent="1" source="p8pHNqXcbaAZnEPRJ2cy-14" style="edgeStyle=none;curved=1;rounded=1;orthogonalLoop=1;jettySize=auto;html=1;exitX=0.5;exitY=1;exitDx=0;exitDy=0;entryX=0.5;entryY=0;entryDx=0;entryDy=0;fontSize=12;startSize=8;endSize=8;" target="0f6FQbk-GcDdoWLRAv9r-28">
-           <mxGeometry relative="1" as="geometry">
-             <mxPoint x="1008" y="627" as="sourcePoint" />
-             <mxPoint x="1008" y="667" as="targetPoint" />
-           </mxGeometry>
-         </mxCell>
-         <mxCell id="p8pHNqXcbaAZnEPRJ2cy-17" parent="1" style="rounded=1;whiteSpace=wrap;html=1;strokeColor=light-dark(#000000,#FFFFFF);strokeWidth=2;" value="Engulfing Blaze" vertex="1">
+         <mxCell id="p8pHNqXcbaAZnEPRJ2cy-17" parent="1" style="rounded=1;whiteSpace=wrap;html=1;strokeColor=light-dark(#000000,#FF66FF);strokeWidth=2;" value="Leaping Pyre" vertex="1">
          <mxGeometry height="40" width="120" x="-160" y="440" as="geometry" />
        </mxCell>
        <mxCell id="p8pHNqXcbaAZnEPRJ2cy-18" edge="1" parent="1" source="0f6FQbk-GcDdoWLRAv9r-3" style="edgeStyle=none;curved=1;rounded=1;orthogonalLoop=1;jettySize=auto;html=1;exitX=0;exitY=1;exitDx=0;exitDy=0;fontSize=12;startSize=8;endSize=8;entryX=1;entryY=0;entryDx=0;entryDy=0;" target="p8pHNqXcbaAZnEPRJ2cy-1">
          <mxGeometry relative="1" as="geometry">
            <mxPoint x="166" y="202" as="sourcePoint" />
            <mxPoint x="206" y="242" as="targetPoint" />
          </mxGeometry>
        </mxCell>
        <mxCell id="p8pHNqXcbaAZnEPRJ2cy-19" edge="1" parent="1" source="p8pHNqXcbaAZnEPRJ2cy-1" style="edgeStyle=none;curved=1;rounded=1;orthogonalLoop=1;jettySize=auto;html=1;exitX=1;exitY=1;exitDx=0;exitDy=0;fontSize=12;startSize=8;endSize=8;entryX=0;entryY=0;entryDx=0;entryDy=0;" target="LhPUbgTbJpqGcTxOS-ww-80">
          <mxGeometry relative="1" as="geometry">
            <mxPoint x="95" y="246" as="sourcePoint" />
            <mxPoint x="135" y="286" as="targetPoint" />
          </mxGeometry>
        </mxCell>
        <mxCell id="p8pHNqXcbaAZnEPRJ2cy-20" edge="1" parent="1" source="p8pHNqXcbaAZnEPRJ2cy-1" style="edgeStyle=none;curved=1;rounded=1;orthogonalLoop=1;jettySize=auto;html=1;exitX=0;exitY=1;exitDx=0;exitDy=0;fontSize=12;startSize=8;endSize=8;entryX=1;entryY=0;entryDx=0;entryDy=0;" target="LhPUbgTbJpqGcTxOS-ww-70">
          <mxGeometry relative="1" as="geometry">
            <mxPoint x="58" y="282" as="sourcePoint" />
            <mxPoint x="98" y="322" as="targetPoint" />
          </mxGeometry>
        </mxCell>
        <mxCell id="OIwntdkwLblrr2rhOdX1-1" edge="1" parent="1" source="LhPUbgTbJpqGcTxOS-ww-70" style="edgeStyle=none;curved=1;rounded=1;orthogonalLoop=1;jettySize=auto;html=1;exitX=1;exitY=1;exitDx=0;exitDy=0;fontSize=12;startSize=8;endSize=8;entryX=0;entryY=0;entryDx=0;entryDy=0;" target="LhPUbgTbJpqGcTxOS-ww-81">
          <mxGeometry relative="1" as="geometry">
            <mxPoint x="11" y="314" as="sourcePoint" />
            <mxPoint x="-29" y="354" as="targetPoint" />
          </mxGeometry>
        </mxCell>
        <mxCell id="OIwntdkwLblrr2rhOdX1-2" edge="1" parent="1" source="LhPUbgTbJpqGcTxOS-ww-80" style="edgeStyle=none;curved=1;rounded=1;orthogonalLoop=1;jettySize=auto;html=1;exitX=0;exitY=1;exitDx=0;exitDy=0;fontSize=12;startSize=8;endSize=8;entryX=1;entryY=0;entryDx=0;entryDy=0;" target="LhPUbgTbJpqGcTxOS-ww-81">
          <mxGeometry relative="1" as="geometry">
            <mxPoint x="112" y="327" as="sourcePoint" />
            <mxPoint x="72" y="367" as="targetPoint" />
          </mxGeometry>
        </mxCell>
        <mxCell id="OIwntdkwLblrr2rhOdX1-3" edge="1" parent="1" source="LhPUbgTbJpqGcTxOS-ww-81" style="edgeStyle=none;curved=1;rounded=1;orthogonalLoop=1;jettySize=auto;html=1;exitX=0;exitY=1;exitDx=0;exitDy=0;fontSize=12;startSize=8;endSize=8;entryX=1;entryY=0;entryDx=0;entryDy=0;" target="p8pHNqXcbaAZnEPRJ2cy-17">
          <mxGeometry relative="1" as="geometry">
            <mxPoint x="26" y="406" as="sourcePoint" />
            <mxPoint x="-14" y="446" as="targetPoint" />
          </mxGeometry>
        </mxCell>
        <mxCell id="OIwntdkwLblrr2rhOdX1-4" edge="1" parent="1" source="p8pHNqXcbaAZnEPRJ2cy-17" style="edgeStyle=none;curved=1;rounded=1;orthogonalLoop=1;jettySize=auto;html=1;exitX=1;exitY=1;exitDx=0;exitDy=0;fontSize=12;startSize=8;endSize=8;entryX=0;entryY=0;entryDx=0;entryDy=0;" target="p8pHNqXcbaAZnEPRJ2cy-4">
          <mxGeometry relative="1" as="geometry">
            <mxPoint x="63" y="472" as="sourcePoint" />
            <mxPoint x="23" y="512" as="targetPoint" />
          </mxGeometry>
        </mxCell>
        <mxCell id="OIwntdkwLblrr2rhOdX1-5" edge="1" parent="1" source="p8pHNqXcbaAZnEPRJ2cy-17" style="edgeStyle=none;curved=1;rounded=1;orthogonalLoop=1;jettySize=auto;html=1;exitX=0.5;exitY=1;exitDx=0;exitDy=0;fontSize=12;startSize=8;endSize=8;entryX=0.5;entryY=0;entryDx=0;entryDy=0;" target="p8pHNqXcbaAZnEPRJ2cy-3">
          <mxGeometry relative="1" as="geometry">
            <mxPoint x="-28" y="530" as="sourcePoint" />
            <mxPoint x="-68" y="570" as="targetPoint" />
          </mxGeometry>
        </mxCell>
        <mxCell id="OIwntdkwLblrr2rhOdX1-6" edge="1" parent="1" source="0f6FQbk-GcDdoWLRAv9r-2" style="edgeStyle=none;curved=1;rounded=1;orthogonalLoop=1;jettySize=auto;html=1;exitX=0;exitY=1;exitDx=0;exitDy=0;fontSize=12;entryX=1;entryY=0;entryDx=0;entryDy=0;" target="0f6FQbk-GcDdoWLRAv9r-3">
          <mxGeometry relative="1" as="geometry">
            <mxPoint x="365" y="131" as="sourcePoint" />
            <mxPoint x="325" y="171" as="targetPoint" />
          </mxGeometry>
        </mxCell>
-         <mxCell id="BiERCDpK63vKAhPq4p5G-1" parent="1" style="rounded=1;whiteSpace=wrap;html=1;strokeWidth=2;strokeColor=light-dark(#000000,#FF66FF);" value="Lay Waste +&lt;br&gt;Onyx Legacy" vertex="1">
-           <mxGeometry height="40" width="120" x="320" y="120" as="geometry" />
+         <mxCell id="2xJ1XrYBWIDiISoqTuBA-3" parent="1" style="rounded=1;whiteSpace=wrap;html=1;strokeColor=light-dark(#000000,#FF66FF);strokeWidth=2;" value="Enkindle" vertex="1">
+           <mxGeometry height="40" width="120" x="160" y="680" as="geometry" />
+         </mxCell>
+         <mxCell id="2xJ1XrYBWIDiISoqTuBA-4" parent="1" style="rounded=1;whiteSpace=wrap;html=1;strokeColor=light-dark(#000000,#FFFFFF);strokeWidth=2;" value="Scintilations" vertex="1">
+           <mxGeometry height="40" width="120" x="480" y="760" as="geometry" />
+         </mxCell>
+         <mxCell id="2xJ1XrYBWIDiISoqTuBA-9" parent="1" style="rounded=1;whiteSpace=wrap;html=1;strokeColor=light-dark(#000000,#FFFFFF);strokeWidth=2;" value="Eternity&#39;s Span" vertex="1">
+           <mxGeometry height="40" width="120" x="640" y="440" as="geometry" />
+         </mxCell>
+         <mxCell id="2xJ1XrYBWIDiISoqTuBA-11" parent="1" style="rounded=1;whiteSpace=wrap;html=1;strokeColor=light-dark(#000000,#FF66FF);strokeWidth=2;" value="Font of Magic" vertex="1">
+           <mxGeometry height="40" width="120" y="440" as="geometry" />
        </mxCell>
      </root>
    </mxGraphModel>
  </diagram>
</mxfile>
